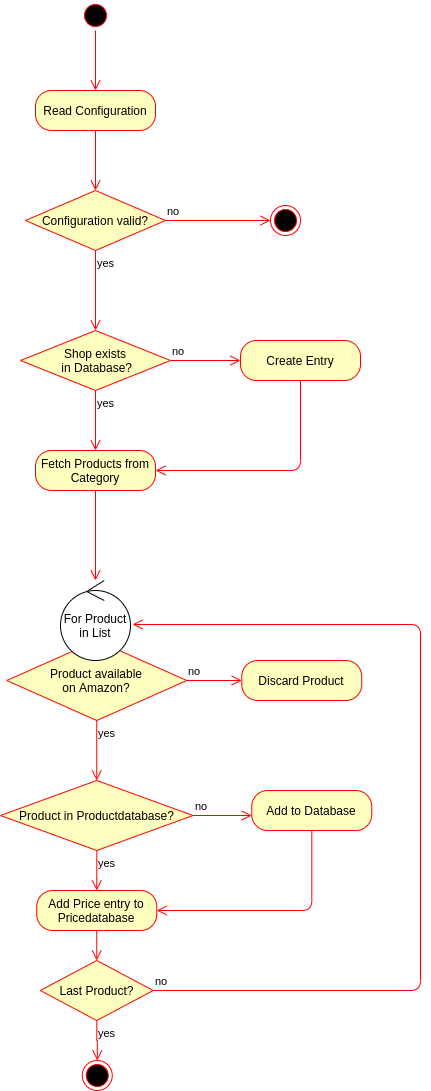
Earlier version of the draw.io export doku/AC_Crawler.png (Mueller-Patrick/Betterzon). Source tidied: cells renumbered, new cells last; positions are measured from the earlier drawing's top-left corner, leaving out a move shared by most shapes.
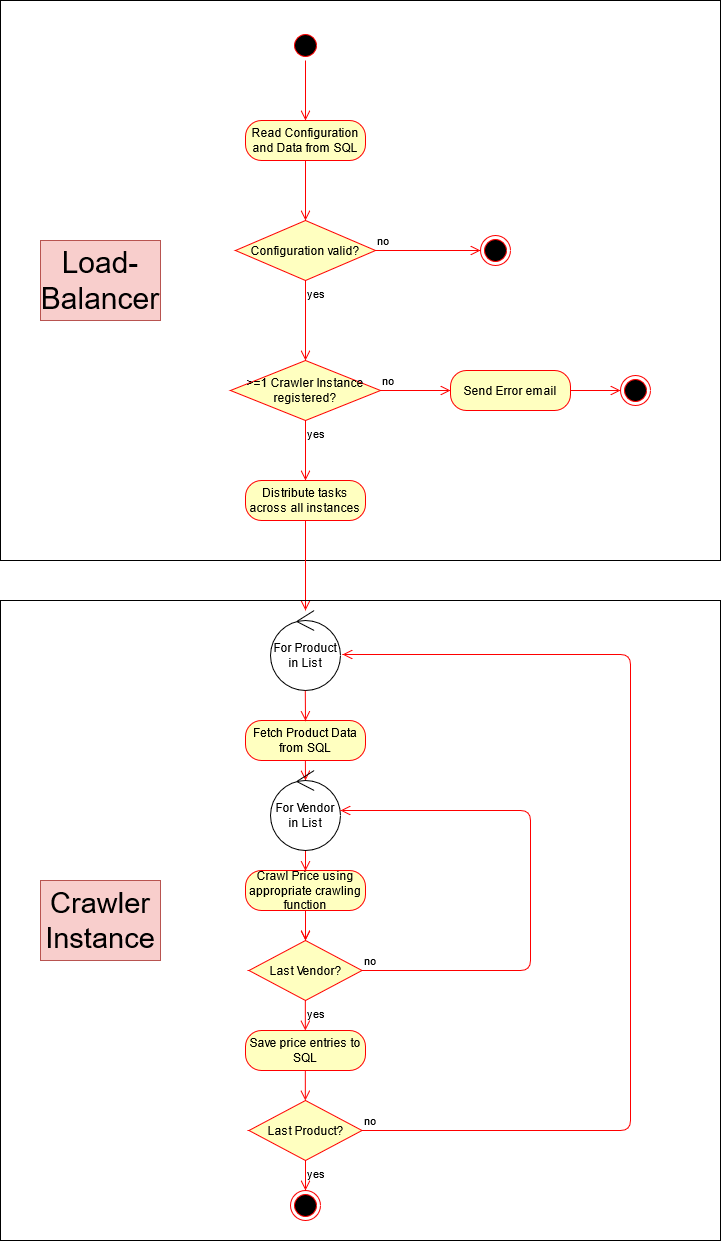
After the commit.

Commit message:
Updating Crawler UC diagram

What changed in the source:
```diff
@@ -2,6 +2,9 @@
   <root>
     <mxCell id="0" />
     <mxCell id="1" parent="0" />
+    <mxCell id="33" style="rounded=0;whiteSpace=wrap;html=1;fillColor=none;" parent="1" vertex="1">
+      <mxGeometry x="-210" y="-30" width="720" height="560" as="geometry" />
+    </mxCell>
     <mxCell id="2" style="ellipse;html=1;shape=startState;fillColor=#000000;strokeColor=#ff0000;" parent="1" vertex="1">
       <mxGeometry x="80" width="30" height="30" as="geometry" />
     </mxCell>
@@ -10,7 +13,7 @@
         <mxPoint x="95" y="90" as="targetPoint" />
       </mxGeometry>
     </mxCell>
-    <mxCell id="4" value="Read Configuration" style="rounded=1;whiteSpace=wrap;html=1;arcSize=40;fontColor=#000000;fillColor=#ffffc0;strokeColor=#ff0000;" parent="1" vertex="1">
+    <mxCell id="4" value="Read Configuration and Data from SQL" style="rounded=1;whiteSpace=wrap;html=1;arcSize=40;fontColor=#000000;fillColor=#ffffc0;strokeColor=#ff0000;" parent="1" vertex="1">
       <mxGeometry x="35" y="90" width="120" height="40" as="geometry" />
     </mxCell>
     <mxCell id="5" style="edgeStyle=orthogonalEdgeStyle;html=1;verticalAlign=bottom;endArrow=open;endSize=8;strokeColor=#ff0000;" parent="1" edge="1" source="4">
@@ -34,7 +37,7 @@
     <mxCell id="9" style="ellipse;html=1;shape=endState;fillColor=#000000;strokeColor=#ff0000;" parent="1" vertex="1">
       <mxGeometry x="270" y="205" width="30" height="30" as="geometry" />
     </mxCell>
-    <mxCell id="10" value="Shop exists&lt;br&gt;&amp;nbsp;in Database?" style="rhombus;whiteSpace=wrap;html=1;fillColor=#ffffc0;strokeColor=#ff0000;" parent="1" vertex="1">
+    <mxCell id="10" value="&amp;gt;=1 Crawler Instance registered?" style="rhombus;whiteSpace=wrap;html=1;fillColor=#ffffc0;strokeColor=#ff0000;" parent="1" vertex="1">
       <mxGeometry x="20" y="330" width="150" height="60" as="geometry" />
     </mxCell>
     <mxCell id="11" value="no" style="edgeStyle=orthogonalEdgeStyle;html=1;align=left;verticalAlign=bottom;endArrow=open;endSize=8;strokeColor=#ff0000;entryX=0;entryY=0.5;entryDx=0;entryDy=0;" parent="1" edge="1" source="10" target="13">
@@ -45,89 +48,123 @@
         <mxPoint x="95" y="450" as="targetPoint" />
       </mxGeometry>
     </mxCell>
-    <mxCell id="13" value="Create Entry" style="rounded=1;whiteSpace=wrap;html=1;arcSize=40;fontColor=#000000;fillColor=#ffffc0;strokeColor=#ff0000;" parent="1" vertex="1">
+    <mxCell id="13" value="Send Error email" style="rounded=1;whiteSpace=wrap;html=1;arcSize=40;fontColor=#000000;fillColor=#ffffc0;strokeColor=#ff0000;" parent="1" vertex="1">
       <mxGeometry x="240" y="340" width="120" height="40" as="geometry" />
     </mxCell>
-    <mxCell id="14" style="edgeStyle=orthogonalEdgeStyle;html=1;verticalAlign=bottom;endArrow=open;endSize=8;strokeColor=#ff0000;entryX=1;entryY=0.5;entryDx=0;entryDy=0;" parent="1" edge="1" source="13" target="15">
-      <mxGeometry relative="1" as="geometry">
-        <Array as="points">
-          <mxPoint x="300" y="470" />
-        </Array>
-      </mxGeometry>
-    </mxCell>
-    <mxCell id="15" value="Fetch Products from Category" style="rounded=1;whiteSpace=wrap;html=1;arcSize=40;fontColor=#000000;fillColor=#ffffc0;strokeColor=#ff0000;" parent="1" vertex="1">
+    <mxCell id="15" value="Distribute tasks across all instances" style="rounded=1;whiteSpace=wrap;html=1;arcSize=40;fontColor=#000000;fillColor=#ffffc0;strokeColor=#ff0000;" parent="1" vertex="1">
       <mxGeometry x="35" y="450" width="120" height="40" as="geometry" />
     </mxCell>
     <mxCell id="16" style="edgeStyle=orthogonalEdgeStyle;html=1;verticalAlign=bottom;endArrow=open;endSize=8;strokeColor=#ff0000;" parent="1" edge="1" source="15" target="26">
       <mxGeometry relative="1" as="geometry" />
     </mxCell>
-    <mxCell id="17" value="Product available&lt;br&gt;on Amazon?" style="rhombus;whiteSpace=wrap;html=1;fillColor=#ffffc0;strokeColor=#ff0000;" parent="1" vertex="1">
-      <mxGeometry x="6.2" y="640" width="180" height="80" as="geometry" />
-    </mxCell>
-    <mxCell id="18" value="no" style="edgeStyle=orthogonalEdgeStyle;html=1;align=left;verticalAlign=bottom;endArrow=open;endSize=8;strokeColor=#ff0000;" parent="1" edge="1" source="17">
-      <mxGeometry x="-1" relative="1" as="geometry">
-        <mxPoint x="241.2" y="680" as="targetPoint" />
-      </mxGeometry>
-    </mxCell>
-    <mxCell id="19" value="yes" style="edgeStyle=orthogonalEdgeStyle;html=1;align=left;verticalAlign=top;endArrow=open;endSize=8;strokeColor=#ff0000;" parent="1" edge="1" source="17">
-      <mxGeometry x="-1" relative="1" as="geometry">
-        <mxPoint x="96.2" y="780" as="targetPoint" />
-      </mxGeometry>
-    </mxCell>
-    <mxCell id="20" value="Discard Product" style="rounded=1;whiteSpace=wrap;html=1;arcSize=40;fontColor=#000000;fillColor=#ffffc0;strokeColor=#ff0000;" parent="1" vertex="1">
-      <mxGeometry x="241.2" y="660" width="120" height="40" as="geometry" />
+    <mxCell id="20" value="Fetch Product Data from SQL" style="rounded=1;whiteSpace=wrap;html=1;arcSize=40;fontColor=#000000;fillColor=#ffffc0;strokeColor=#ff0000;" parent="1" vertex="1">
+      <mxGeometry x="35" y="690" width="120" height="40" as="geometry" />
     </mxCell>
-    <mxCell id="21" value="Product in Productdatabase?" style="rhombus;whiteSpace=wrap;html=1;fillColor=#ffffc0;strokeColor=#ff0000;" parent="1" vertex="1">
-      <mxGeometry y="780" width="192.5" height="70" as="geometry" />
-    </mxCell>
-    <mxCell id="22" value="no" style="edgeStyle=orthogonalEdgeStyle;html=1;align=left;verticalAlign=bottom;endArrow=open;endSize=8;strokeColor=#ff0000;" parent="1" edge="1" source="21">
-      <mxGeometry x="-1" relative="1" as="geometry">
-        <mxPoint x="251.2" y="815" as="targetPoint" />
-      </mxGeometry>
-    </mxCell>
-    <mxCell id="23" value="yes" style="edgeStyle=orthogonalEdgeStyle;html=1;align=left;verticalAlign=top;endArrow=open;endSize=8;strokeColor=#ff0000;" parent="1" edge="1" source="21">
-      <mxGeometry x="-1" relative="1" as="geometry">
-        <mxPoint x="96.2" y="890" as="targetPoint" />
-      </mxGeometry>
-    </mxCell>
-    <mxCell id="24" value="Add to Database" style="rounded=1;whiteSpace=wrap;html=1;arcSize=40;fontColor=#000000;fillColor=#ffffc0;strokeColor=#ff0000;" parent="1" vertex="1">
-      <mxGeometry x="251.2" y="790" width="120" height="40" as="geometry" />
-    </mxCell>
-    <mxCell id="25" style="edgeStyle=orthogonalEdgeStyle;html=1;verticalAlign=bottom;endArrow=open;endSize=8;strokeColor=#ff0000;entryX=1;entryY=0.5;entryDx=0;entryDy=0;" parent="1" edge="1" source="24">
-      <mxGeometry relative="1" as="geometry">
-        <mxPoint x="156.2" y="910" as="targetPoint" />
-        <Array as="points">
-          <mxPoint x="311.2" y="910" />
-        </Array>
-      </mxGeometry>
-    </mxCell>
     <mxCell id="26" value="For Product in List" style="ellipse;shape=umlControl;whiteSpace=wrap;html=1;" parent="1" vertex="1">
       <mxGeometry x="60" y="580" width="70" height="80" as="geometry" />
     </mxCell>
     <mxCell id="27" value="Last Product?" style="rhombus;whiteSpace=wrap;html=1;fillColor=#ffffc0;strokeColor=#ff0000;" parent="1" vertex="1">
-      <mxGeometry x="39.8" y="960" width="113" height="60" as="geometry" />
+      <mxGeometry x="38.5" y="1070" width="113" height="60" as="geometry" />
     </mxCell>
     <mxCell id="28" value="no" style="edgeStyle=orthogonalEdgeStyle;html=1;align=left;verticalAlign=bottom;endArrow=open;endSize=8;strokeColor=#ff0000;entryX=1.029;entryY=0.55;entryDx=0;entryDy=0;entryPerimeter=0;exitX=1;exitY=0.5;exitDx=0;exitDy=0;" parent="1" edge="1" source="27" target="26">
       <mxGeometry x="-1" relative="1" as="geometry">
         <Array as="points">
-          <mxPoint x="420" y="990" />
+          <mxPoint x="420" y="1100" />
           <mxPoint x="420" y="624" />
         </Array>
       </mxGeometry>
     </mxCell>
-    <mxCell id="29" value="yes" style="edgeStyle=orthogonalEdgeStyle;html=1;align=left;verticalAlign=top;endArrow=open;endSize=8;strokeColor=#ff0000;" parent="1" edge="1" source="27">
-      <mxGeometry x="-1" relative="1" as="geometry">
-        <mxPoint x="96.8" y="1060" as="targetPoint" />
-      </mxGeometry>
+    <mxCell id="29" value="yes" style="edgeStyle=orthogonalEdgeStyle;html=1;align=left;verticalAlign=top;endArrow=open;endSize=8;strokeColor=#ff0000;entryX=0.5;entryY=0;entryDx=0;entryDy=0;" parent="1" edge="1" source="27" target="30">
+      <mxGeometry x="-1" relative="1" as="geometry" />
     </mxCell>
     <mxCell id="30" style="ellipse;html=1;shape=endState;fillColor=#000000;strokeColor=#ff0000;" parent="1" vertex="1">
-      <mxGeometry x="81.8" y="1060" width="30" height="30" as="geometry" />
+      <mxGeometry x="80" y="1160" width="30" height="30" as="geometry" />
     </mxCell>
-    <mxCell id="31" value="Add Price entry to Pricedatabase" style="rounded=1;whiteSpace=wrap;html=1;arcSize=40;fontColor=#000000;fillColor=#ffffc0;strokeColor=#ff0000;" parent="1" vertex="1">
-      <mxGeometry x="36.2" y="890" width="120" height="40" as="geometry" />
-    </mxCell>
-    <mxCell id="32" style="edgeStyle=orthogonalEdgeStyle;html=1;verticalAlign=bottom;endArrow=open;endSize=8;strokeColor=#ff0000;entryX=0.5;entryY=0;entryDx=0;entryDy=0;" parent="1" edge="1" source="31" target="27">
-      <mxGeometry relative="1" as="geometry" />
-    </mxCell>
+    <mxCell id="34" value="&lt;font style=&quot;font-size: 30px&quot;&gt;Load-Balancer&lt;/font&gt;" style="rounded=0;whiteSpace=wrap;html=1;fillColor=#f8cecc;strokeColor=#b85450;" parent="1" vertex="1">
+      <mxGeometry x="-170" y="210" width="120" height="80" as="geometry" />
+    </mxCell>
+    <mxCell id="35" style="edgeStyle=orthogonalEdgeStyle;html=1;align=left;verticalAlign=bottom;endArrow=open;endSize=8;strokeColor=#ff0000;entryX=0.5;entryY=0.01;entryDx=0;entryDy=0;entryPerimeter=0;exitX=0.497;exitY=1;exitDx=0;exitDy=0;exitPerimeter=0;" parent="1" edge="1" source="26" target="20">
+      <mxGeometry x="-1" relative="1" as="geometry">
+        <Array as="points">
+          <mxPoint x="95" y="662" />
+          <mxPoint x="95" y="662" />
+        </Array>
+      </mxGeometry>
+    </mxCell>
+    <mxCell id="36" value="Crawl Price using appropriate crawling function" style="rounded=1;whiteSpace=wrap;html=1;arcSize=40;fontColor=#000000;fillColor=#ffffc0;strokeColor=#ff0000;" parent="1" vertex="1">
+      <mxGeometry x="35" y="840" width="120" height="40" as="geometry" />
+    </mxCell>
+    <mxCell id="37" style="edgeStyle=orthogonalEdgeStyle;html=1;align=left;verticalAlign=bottom;endArrow=open;endSize=8;strokeColor=#ff0000;entryX=0.5;entryY=0.01;entryDx=0;entryDy=0;entryPerimeter=0;" parent="1" edge="1" target="36">
+      <mxGeometry x="-1" relative="1" as="geometry">
+        <mxPoint x="95" y="820" as="sourcePoint" />
+        <Array as="points">
+          <mxPoint x="95" y="820" />
+        </Array>
+      </mxGeometry>
+    </mxCell>
+    <mxCell id="38" style="edgeStyle=orthogonalEdgeStyle;html=1;align=left;verticalAlign=bottom;endArrow=open;endSize=8;strokeColor=#ff0000;exitX=0.497;exitY=1;exitDx=0;exitDy=0;exitPerimeter=0;" parent="1" edge="1">
+      <mxGeometry x="-1" relative="1" as="geometry">
+        <mxPoint x="94.9" y="730" as="sourcePoint" />
+        <mxPoint x="95" y="750" as="targetPoint" />
+        <Array as="points">
+          <mxPoint x="95.1" y="732" />
+          <mxPoint x="95.1" y="732" />
+        </Array>
+      </mxGeometry>
+    </mxCell>
+    <mxCell id="39" value="For Vendor in List" style="ellipse;shape=umlControl;whiteSpace=wrap;html=1;" parent="1" vertex="1">
+      <mxGeometry x="60" y="740" width="70" height="80" as="geometry" />
+    </mxCell>
+    <mxCell id="40" value="Last Vendor?" style="rhombus;whiteSpace=wrap;html=1;fillColor=#ffffc0;strokeColor=#ff0000;" parent="1" vertex="1">
+      <mxGeometry x="38.5" y="910" width="113" height="60" as="geometry" />
+    </mxCell>
+    <mxCell id="41" style="edgeStyle=orthogonalEdgeStyle;html=1;align=left;verticalAlign=bottom;endArrow=open;endSize=8;strokeColor=#ff0000;exitX=0.5;exitY=1;exitDx=0;exitDy=0;" parent="1" edge="1" source="36" target="40">
+      <mxGeometry x="-1" relative="1" as="geometry" />
+    </mxCell>
+    <mxCell id="42" value="no" style="edgeStyle=orthogonalEdgeStyle;html=1;align=left;verticalAlign=bottom;endArrow=open;endSize=8;strokeColor=#ff0000;exitX=1;exitY=0.5;exitDx=0;exitDy=0;" parent="1" edge="1" source="40">
+      <mxGeometry x="-1" relative="1" as="geometry">
+        <mxPoint x="130" y="780" as="targetPoint" />
+        <Array as="points">
+          <mxPoint x="320" y="940" />
+          <mxPoint x="320" y="780" />
+        </Array>
+      </mxGeometry>
+    </mxCell>
+    <mxCell id="43" style="edgeStyle=orthogonalEdgeStyle;html=1;align=left;verticalAlign=bottom;endArrow=open;endSize=8;strokeColor=#ff0000;exitX=0.5;exitY=1;exitDx=0;exitDy=0;" parent="1" edge="1">
+      <mxGeometry x="-1" relative="1" as="geometry">
+        <mxPoint x="95" y="880" as="sourcePoint" />
+        <mxPoint x="95" y="910" as="targetPoint" />
+      </mxGeometry>
+    </mxCell>
+    <mxCell id="44" value="yes" style="edgeStyle=orthogonalEdgeStyle;html=1;align=left;verticalAlign=top;endArrow=open;endSize=8;strokeColor=#ff0000;entryX=0.5;entryY=0;entryDx=0;entryDy=0;" parent="1" edge="1">
+      <mxGeometry x="-1" relative="1" as="geometry">
+        <mxPoint x="94.8" y="970" as="sourcePoint" />
+        <mxPoint x="94.8" y="1000" as="targetPoint" />
+      </mxGeometry>
+    </mxCell>
+    <mxCell id="45" value="Save price entries to SQL" style="rounded=1;whiteSpace=wrap;html=1;arcSize=40;fontColor=#000000;fillColor=#ffffc0;strokeColor=#ff0000;" parent="1" vertex="1">
+      <mxGeometry x="35" y="1000" width="120" height="40" as="geometry" />
+    </mxCell>
+    <mxCell id="46" style="edgeStyle=orthogonalEdgeStyle;html=1;align=left;verticalAlign=top;endArrow=open;endSize=8;strokeColor=#ff0000;entryX=0.5;entryY=0;entryDx=0;entryDy=0;" parent="1" edge="1">
+      <mxGeometry x="-1" relative="1" as="geometry">
+        <mxPoint x="94.8" y="1040" as="sourcePoint" />
+        <mxPoint x="94.8" y="1070" as="targetPoint" />
+      </mxGeometry>
+    </mxCell>
+    <mxCell id="47" value="&lt;font style=&quot;font-size: 30px&quot;&gt;Load-Balancer&lt;/font&gt;" style="rounded=0;whiteSpace=wrap;html=1;fillColor=#f8cecc;strokeColor=#b85450;" parent="1" vertex="1">
+      <mxGeometry x="-170" y="210" width="120" height="80" as="geometry" />
+    </mxCell>
+    <mxCell id="48" style="rounded=0;whiteSpace=wrap;html=1;fillColor=none;" parent="1" vertex="1">
+      <mxGeometry x="-210" y="570" width="720" height="640" as="geometry" />
+    </mxCell>
+    <mxCell id="49" value="&lt;font style=&quot;font-size: 29px&quot;&gt;Crawler Instance&lt;br&gt;&lt;/font&gt;" style="rounded=0;whiteSpace=wrap;html=1;fillColor=#f8cecc;strokeColor=#b85450;" parent="1" vertex="1">
+      <mxGeometry x="-170" y="850" width="120" height="80" as="geometry" />
+    </mxCell>
+    <mxCell id="50" style="ellipse;html=1;shape=endState;fillColor=#000000;strokeColor=#ff0000;" parent="1" vertex="1">
+      <mxGeometry x="410" y="345" width="30" height="30" as="geometry" />
+    </mxCell>
+    <mxCell id="51" style="edgeStyle=orthogonalEdgeStyle;html=1;align=left;verticalAlign=bottom;endArrow=open;endSize=8;strokeColor=#ff0000;exitX=1;exitY=0.5;exitDx=0;exitDy=0;" parent="1" edge="1" source="13" target="50">
+      <mxGeometry x="-1" relative="1" as="geometry" />
+    </mxCell>
   </root>
 </mxGraphModel>
```
